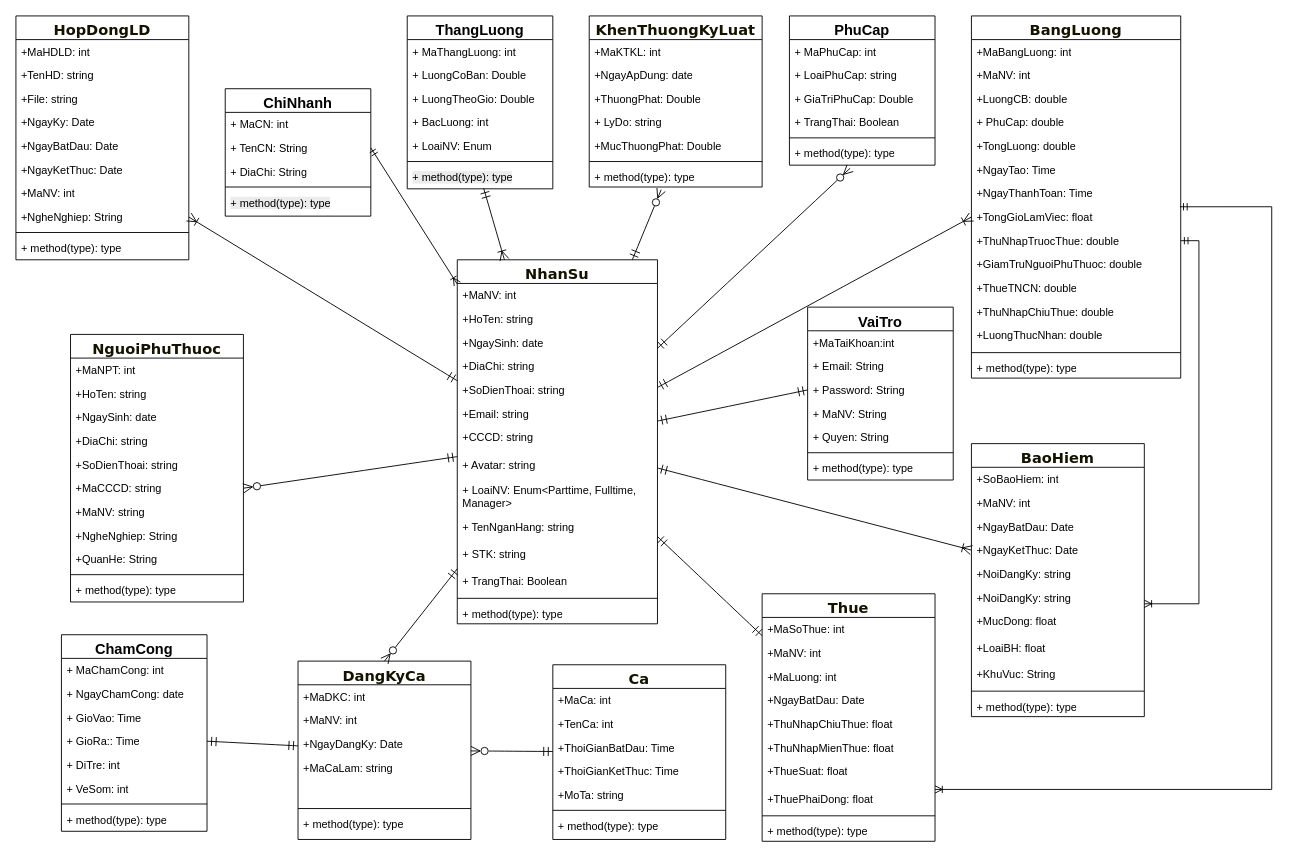
This is Biểu đồ không có tiêu đề.drawio from NguyenMint/LVTN, a draw.io file, before an edit. Source tidied: cells renumbered, new cells numbered last; positions are measured from the earlier drawing's top-left corner, leaving out a move shared by most shapes. Both pictures are drawn from the tidied source at 91%, with x=0, y=0 at pixel (15, 15).
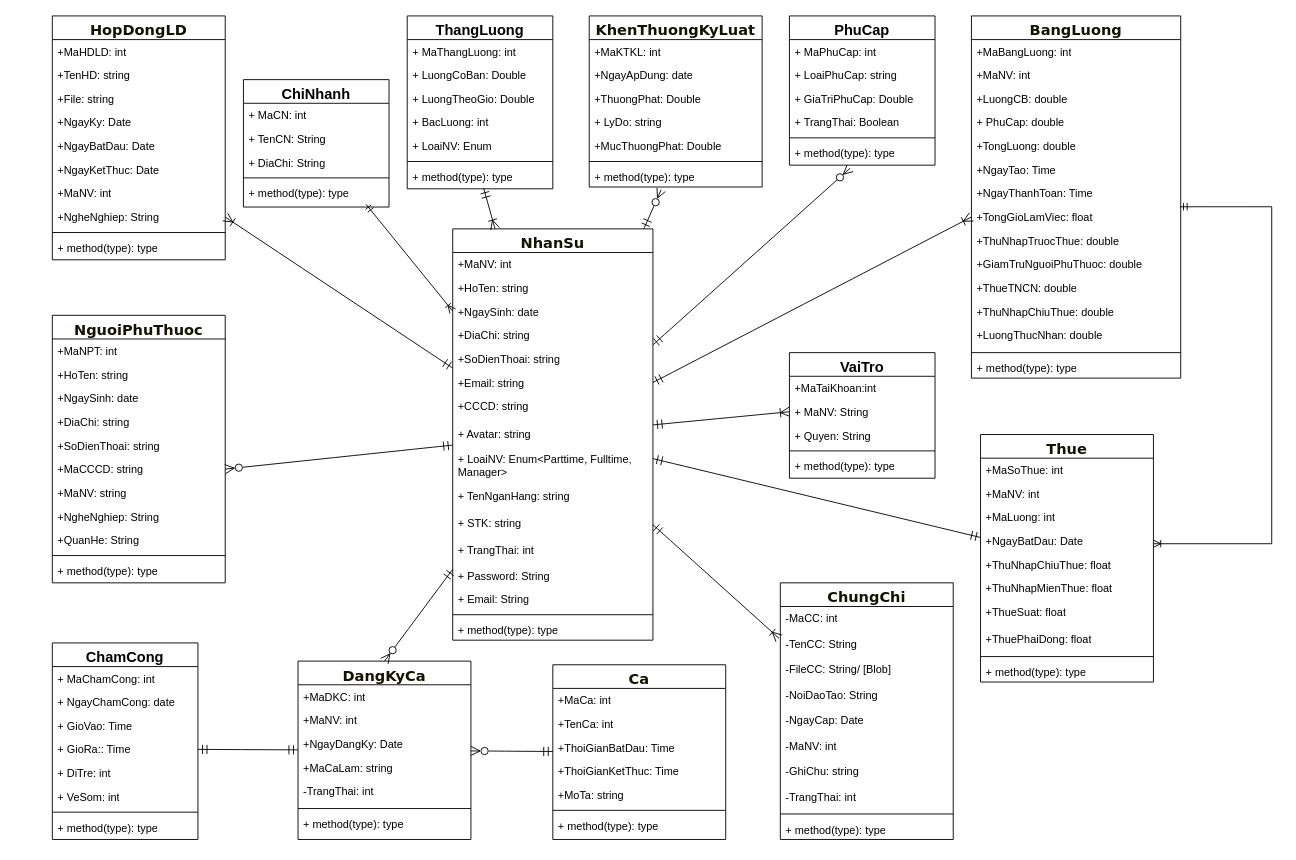
Above is the later version.

Commit message (it also covers changes not shown here):
Cập nhật Biểu đồ không có tiêu đề.drawio

Unchanged cells that the change refers to:
```xml
<mxCell id="59" value="&lt;font style=&quot;font-size: 16px;&quot;&gt;ThangLuong&lt;/font&gt;" style="swimlane;fontStyle=1;align=center;verticalAlign=top;horizontal=1;startSize=26;whiteSpace=wrap;html=1;" parent="1" vertex="1">
  <mxGeometry x="430" width="160" height="190" as="geometry" />
</mxCell>
<mxCell id="93" value="&lt;span style=&quot;color: rgb(19, 19, 0); font-family: &amp;quot;trebuchet ms&amp;quot;, verdana, arial, sans-serif; font-size: 16px; text-wrap-mode: nowrap;&quot;&gt;DangKyCa&lt;/span&gt;&lt;div&gt;&lt;span style=&quot;color: rgb(19, 19, 0); font-family: &amp;quot;trebuchet ms&amp;quot;, verdana, arial, sans-serif; font-size: 16px; text-wrap-mode: nowrap;&quot;&gt;&lt;br&gt;&lt;/span&gt;&lt;/div&gt;" style="swimlane;fontStyle=1;align=center;verticalAlign=top;horizontal=1;startSize=26;whiteSpace=wrap;html=1;" parent="1" vertex="1">
  <mxGeometry x="310" y="709" width="190" height="196" as="geometry" />
</mxCell>
<mxCell id="117" value="+TongGioLamViec: float" style="text;strokeColor=none;fillColor=none;align=left;verticalAlign=top;spacingLeft=4;spacingRight=4;overflow=hidden;points=[[0,0.5],[1,0.5]];portConstraint=eastwest;whiteSpace=wrap;html=1;" parent="109" vertex="1">
  <mxGeometry y="208" width="230" height="26" as="geometry" />
</mxCell>
<mxCell id="118" value="+ThuNhapTruocThue: double" style="text;strokeColor=none;fillColor=none;align=left;verticalAlign=top;spacingLeft=4;spacingRight=4;overflow=hidden;points=[[0,0.5],[1,0.5]];portConstraint=eastwest;whiteSpace=wrap;html=1;" parent="109" vertex="1">
  <mxGeometry y="234" width="230" height="26" as="geometry" />
</mxCell>
<mxCell id="150" value="+ TenCN: String&lt;div&gt;&lt;br&gt;&lt;/div&gt;" style="text;strokeColor=none;fillColor=none;align=left;verticalAlign=top;spacingLeft=4;spacingRight=4;overflow=hidden;points=[[0,0.5],[1,0.5]];portConstraint=eastwest;whiteSpace=wrap;html=1;" parent="148" vertex="1">
  <mxGeometry y="52" width="160" height="26" as="geometry" />
</mxCell>
```

What changed in the source:
```diff
@@
-    <mxCell id="4" style="edgeStyle=none;curved=1;rounded=0;jettySize=auto;html=1;entryX=0;entryY=0.5;entryDx=0;entryDy=0;fontSize=12;startSize=8;endSize=8;endArrow=ERmandOne;endFill=0;startArrow=ERmandOne;startFill=0;" parent="1" edge="1" source="6" target="137">
+    <mxCell id="4" style="edgeStyle=none;curved=1;rounded=0;jettySize=auto;html=1;entryX=0;entryY=0.5;entryDx=0;entryDy=0;fontSize=12;startSize=8;endSize=8;endArrow=ERoneToMany;endFill=0;startArrow=ERmandOne;startFill=0;" parent="1" edge="1" source="6" target="138">
       <mxGeometry relative="1" as="geometry" />
     </mxCell>
-    <mxCell id="5" style="edgeStyle=none;curved=1;rounded=0;jettySize=auto;html=1;entryX=0;entryY=0.5;entryDx=0;entryDy=0;fontSize=12;startSize=8;endSize=8;endArrow=ERoneToMany;endFill=0;startArrow=ERmandOne;startFill=0;" parent="1" edge="1" source="6" target="83">
+    <mxCell id="5" style="edgeStyle=none;curved=1;rounded=0;jettySize=auto;html=1;entryX=-0.007;entryY=0.251;entryDx=0;entryDy=0;fontSize=12;startSize=8;endSize=8;endArrow=ERoneToMany;endFill=0;startArrow=ERmandOne;startFill=0;entryPerimeter=0;" parent="1" edge="1" source="6" target="88">
       <mxGeometry relative="1" as="geometry" />
     </mxCell>
     <mxCell id="6" value="&lt;span style=&quot;color: rgb(19, 19, 0); font-family: &amp;quot;trebuchet ms&amp;quot;, verdana, arial, sans-serif; font-size: 16px; text-wrap-mode: nowrap;&quot;&gt;NhanSu&lt;/span&gt;" style="swimlane;fontStyle=1;align=center;verticalAlign=top;horizontal=1;startSize=26;whiteSpace=wrap;html=1;swimlaneLine=1;" parent="1" vertex="1">
-      <mxGeometry x="485" y="268" width="220" height="400" as="geometry" />
+      <mxGeometry x="480" y="234" width="220" height="452" as="geometry" />
     </mxCell>
@@
-    <mxCell id="18" value="+ TrangThai: Boolean" style="text;strokeColor=none;fillColor=none;align=left;verticalAlign=top;spacingLeft=4;spacingRight=4;overflow=hidden;whiteSpace=wrap;html=1;" parent="6" vertex="1">
+    <mxCell id="18" value="+ TrangThai: int" style="text;strokeColor=none;fillColor=none;align=left;verticalAlign=top;spacingLeft=4;spacingRight=4;overflow=hidden;whiteSpace=wrap;html=1;" parent="6" vertex="1">
       <mxGeometry y="340" width="220" height="28" as="geometry" />
     </mxCell>
+    <mxCell id="137" value="+ Password: String" style="text;strokeColor=none;fillColor=none;align=left;verticalAlign=top;spacingLeft=4;spacingRight=4;overflow=hidden;points=[[0,0.5],[1,0.5]];portConstraint=eastwest;whiteSpace=wrap;html=1;" parent="6" vertex="1">
+      <mxGeometry y="368" width="220" height="26" as="geometry" />
+    </mxCell>
+    <mxCell id="136" value="+ Email: String" style="text;strokeColor=none;fillColor=none;align=left;verticalAlign=top;spacingLeft=4;spacingRight=4;overflow=hidden;whiteSpace=wrap;html=1;" parent="6" vertex="1">
+      <mxGeometry y="394" width="220" height="26" as="geometry" />
+    </mxCell>
     <mxCell id="19" style="line;strokeWidth=1;fillColor=none;align=left;verticalAlign=middle;spacingTop=-1;spacingLeft=3;spacingRight=3;labelPosition=right;strokeColor=inherit;" parent="6" vertex="1">
-      <mxGeometry y="368" width="220" height="8" as="geometry" />
+      <mxGeometry y="420" width="220" height="8" as="geometry" />
     </mxCell>
     <mxCell id="20" value="+ method(type): type" style="text;strokeColor=none;fillColor=none;align=left;verticalAlign=top;spacingLeft=4;spacingRight=4;overflow=hidden;whiteSpace=wrap;html=1;" parent="6" vertex="1">
-      <mxGeometry y="376" width="220" height="24" as="geometry" />
+      <mxGeometry y="428" width="220" height="24" as="geometry" />
     </mxCell>
     <mxCell id="21" value="&lt;span style=&quot;color: rgb(19, 19, 0); font-family: &amp;quot;trebuchet ms&amp;quot;, verdana, arial, sans-serif; font-size: 16px; text-wrap-mode: nowrap;&quot;&gt;NguoiPhuThuoc&lt;/span&gt;" style="swimlane;fontStyle=1;align=center;verticalAlign=top;horizontal=1;startSize=26;whiteSpace=wrap;html=1;" parent="1" vertex="1">
-      <mxGeometry x="60" y="350" width="190" height="294" as="geometry" />
+      <mxGeometry x="40" y="329" width="190" height="294" as="geometry" />
     </mxCell>
@@
     <mxCell id="33" value="&lt;span style=&quot;color: rgb(19, 19, 0); font-family: &amp;quot;trebuchet ms&amp;quot;, verdana, arial, sans-serif; font-size: 16px; text-wrap-mode: nowrap;&quot;&gt;HopDongLD&lt;/span&gt;" style="swimlane;fontStyle=1;align=center;verticalAlign=top;horizontal=1;startSize=26;whiteSpace=wrap;html=1;" parent="1" vertex="1">
-      <mxGeometry width="190" height="268" as="geometry" />
+      <mxGeometry x="40" width="190" height="268" as="geometry" />
     </mxCell>
@@
-    <mxCell id="66" value="&lt;span style=&quot;color: rgb(0, 0, 0); font-family: Helvetica; font-size: 12px; font-style: normal; font-variant-ligatures: normal; font-variant-caps: normal; font-weight: 400; letter-spacing: normal; orphans: 2; text-align: left; text-indent: 0px; text-transform: none; widows: 2; word-spacing: 0px; -webkit-text-stroke-width: 0px; white-space: normal; background-color: rgb(236, 236, 236); text-decoration-thickness: initial; text-decoration-style: initial; text-decoration-color: initial; float: none; display: inline !important;&quot;&gt;+ method(type): type&lt;/span&gt;" style="text;strokeColor=none;fillColor=none;align=left;verticalAlign=top;spacingLeft=4;spacingRight=4;overflow=hidden;points=[[0,0.5],[1,0.5]];portConstraint=eastwest;whiteSpace=wrap;html=1;" parent="59" vertex="1">
+    <mxCell id="66" value="+ method(type): type" style="text;align=left;verticalAlign=top;spacingLeft=4;spacingRight=4;overflow=hidden;points=[[0,0.5],[1,0.5]];portConstraint=eastwest;whiteSpace=wrap;html=1;" parent="59" vertex="1">
       <mxGeometry y="164" width="160" height="26" as="geometry" />
     </mxCell>
     <mxCell id="67" value="&lt;span style=&quot;color: rgb(19, 19, 0); font-family: &amp;quot;trebuchet ms&amp;quot;, verdana, arial, sans-serif; font-size: 16px; text-wrap-mode: nowrap;&quot;&gt;Thue&lt;/span&gt;" style="swimlane;fontStyle=1;align=center;verticalAlign=top;horizontal=1;startSize=26;whiteSpace=wrap;html=1;" parent="1" vertex="1">
-      <mxGeometry x="820" y="635" width="190" height="272" as="geometry" />
+      <mxGeometry x="1060" y="460" width="190" height="272" as="geometry" />
     </mxCell>
@@
-    <mxCell id="78" style="edgeStyle=orthogonalEdgeStyle;rounded=0;jettySize=auto;html=1;entryX=1;entryY=0.5;entryDx=0;entryDy=0;endArrow=ERmandOne;endFill=0;startArrow=ERoneToMany;startFill=0;" parent="1" edge="1" source="79" target="118">
-      <mxGeometry relative="1" as="geometry">
-        <Array as="points">
-          <mxPoint x="1300" y="646" />
-          <mxPoint x="1300" y="247" />
-        </Array>
-      </mxGeometry>
-    </mxCell>
-    <mxCell id="79" value="&lt;span style=&quot;color: rgb(19, 19, 0); font-family: &amp;quot;trebuchet ms&amp;quot;, verdana, arial, sans-serif; font-size: 16px; text-wrap-mode: nowrap;&quot;&gt;BaoHiem&lt;/span&gt;" style="swimlane;fontStyle=1;align=center;verticalAlign=top;horizontal=1;startSize=26;whiteSpace=wrap;html=1;" parent="1" vertex="1">
-      <mxGeometry x="1050" y="470" width="190" height="300" as="geometry" />
+    <mxCell id="79" value="&lt;span style=&quot;color: rgb(19, 19, 0); font-family: &amp;quot;trebuchet ms&amp;quot;, verdana, arial, sans-serif; font-size: 16px; text-wrap-mode: nowrap;&quot;&gt;ChungChi&lt;/span&gt;&lt;div&gt;&lt;span style=&quot;color: rgb(19, 19, 0); font-family: &amp;quot;trebuchet ms&amp;quot;, verdana, arial, sans-serif; font-size: 16px; text-wrap-mode: nowrap;&quot;&gt;&lt;br&gt;&lt;/span&gt;&lt;/div&gt;" style="swimlane;fontStyle=1;align=center;verticalAlign=top;horizontal=1;startSize=26;whiteSpace=wrap;html=1;" parent="1" vertex="1">
+      <mxGeometry x="840" y="623" width="190" height="282" as="geometry" />
     </mxCell>
-    <mxCell id="80" value="+SoBaoHiem: int" style="text;strokeColor=none;fillColor=none;align=left;verticalAlign=top;spacingLeft=4;spacingRight=4;overflow=hidden;whiteSpace=wrap;html=1;" parent="79" vertex="1">
-      <mxGeometry y="26" width="190" height="26" as="geometry" />
-    </mxCell>
-    <mxCell id="81" value="+MaNV: int" style="text;strokeColor=none;fillColor=none;align=left;verticalAlign=top;spacingLeft=4;spacingRight=4;overflow=hidden;whiteSpace=wrap;html=1;" parent="79" vertex="1">
-      <mxGeometry y="52" width="190" height="26" as="geometry" />
-    </mxCell>
-    <mxCell id="82" value="+NgayBatDau: Date" style="text;strokeColor=none;fillColor=none;align=left;verticalAlign=top;spacingLeft=4;spacingRight=4;overflow=hidden;whiteSpace=wrap;html=1;" parent="79" vertex="1">
-      <mxGeometry y="78" width="190" height="26" as="geometry" />
-    </mxCell>
-    <mxCell id="83" value="+NgayKetThuc: Date" style="text;strokeColor=none;fillColor=none;align=left;verticalAlign=top;spacingLeft=4;spacingRight=4;overflow=hidden;points=[[0,0.5],[1,0.5]];portConstraint=eastwest;whiteSpace=wrap;html=1;" parent="79" vertex="1">
-      <mxGeometry y="104" width="190" height="26" as="geometry" />
-    </mxCell>
-    <mxCell id="84" value="+NoiDangKy: string" style="text;strokeColor=none;fillColor=none;align=left;verticalAlign=top;spacingLeft=4;spacingRight=4;overflow=hidden;whiteSpace=wrap;html=1;" parent="79" vertex="1">
-      <mxGeometry y="130" width="190" height="26" as="geometry" />
-    </mxCell>
-    <mxCell id="85" value="+NoiDangKy: string" style="text;strokeColor=none;fillColor=none;align=left;verticalAlign=top;spacingLeft=4;spacingRight=4;overflow=hidden;whiteSpace=wrap;html=1;" parent="79" vertex="1">
-      <mxGeometry y="156" width="190" height="26" as="geometry" />
-    </mxCell>
-    <mxCell id="86" value="+MucDong: float" style="text;strokeColor=none;fillColor=none;align=left;verticalAlign=top;spacingLeft=4;spacingRight=4;overflow=hidden;whiteSpace=wrap;html=1;" parent="79" vertex="1">
-      <mxGeometry y="182" width="190" height="30" as="geometry" />
-    </mxCell>
-    <mxCell id="87" value="+LoaiBH: float" style="text;strokeColor=none;fillColor=none;align=left;verticalAlign=top;spacingLeft=4;spacingRight=4;overflow=hidden;whiteSpace=wrap;html=1;" parent="79" vertex="1">
-      <mxGeometry y="212" width="190" height="28" as="geometry" />
+    <mxCell id="87" value="-MaCC: int" style="text;strokeColor=none;fillColor=none;align=left;verticalAlign=top;spacingLeft=4;spacingRight=4;overflow=hidden;whiteSpace=wrap;html=1;" parent="79" vertex="1">
+      <mxGeometry y="26" width="190" height="28" as="geometry" />
     </mxCell>
-    <mxCell id="88" value="+KhuVuc: String" style="text;strokeColor=none;fillColor=none;align=left;verticalAlign=top;spacingLeft=4;spacingRight=4;overflow=hidden;points=[[0,0.5],[1,0.5]];portConstraint=eastwest;whiteSpace=wrap;html=1;" parent="79" vertex="1">
-      <mxGeometry y="240" width="190" height="28" as="geometry" />
+    <mxCell id="88" value="-TenCC: String" style="text;strokeColor=none;fillColor=none;align=left;verticalAlign=top;spacingLeft=4;spacingRight=4;overflow=hidden;points=[[0,0.5],[1,0.5]];portConstraint=eastwest;whiteSpace=wrap;html=1;" parent="79" vertex="1">
+      <mxGeometry y="54" width="190" height="28" as="geometry" />
     </mxCell>
+    <mxCell id="156" value="-FileCC: String/ [Blob]" style="text;strokeColor=none;fillColor=none;align=left;verticalAlign=top;spacingLeft=4;spacingRight=4;overflow=hidden;whiteSpace=wrap;html=1;" parent="79" vertex="1">
+      <mxGeometry y="82" width="190" height="28" as="geometry" />
+    </mxCell>
+    <mxCell id="157" value="-NoiDaoTao: String&lt;div&gt;&lt;br&gt;&lt;/div&gt;" style="text;strokeColor=none;fillColor=none;align=left;verticalAlign=top;spacingLeft=4;spacingRight=4;overflow=hidden;whiteSpace=wrap;html=1;" parent="79" vertex="1">
+      <mxGeometry y="110" width="190" height="28" as="geometry" />
+    </mxCell>
+    <mxCell id="158" value="-NgayCap: Date" style="text;strokeColor=none;fillColor=none;align=left;verticalAlign=top;spacingLeft=4;spacingRight=4;overflow=hidden;whiteSpace=wrap;html=1;" parent="79" vertex="1">
+      <mxGeometry y="138" width="190" height="28" as="geometry" />
+    </mxCell>
+    <mxCell id="159" value="-MaNV: int" style="text;strokeColor=none;fillColor=none;align=left;verticalAlign=top;spacingLeft=4;spacingRight=4;overflow=hidden;whiteSpace=wrap;html=1;" parent="79" vertex="1">
+      <mxGeometry y="166" width="190" height="28" as="geometry" />
+    </mxCell>
+    <mxCell id="160" value="-GhiChu: string" style="text;strokeColor=none;fillColor=none;align=left;verticalAlign=top;spacingLeft=4;spacingRight=4;overflow=hidden;whiteSpace=wrap;html=1;" parent="79" vertex="1">
+      <mxGeometry y="194" width="190" height="28" as="geometry" />
+    </mxCell>
+    <mxCell id="161" value="-TrangThai: int" style="text;strokeColor=none;fillColor=none;align=left;verticalAlign=top;spacingLeft=4;spacingRight=4;overflow=hidden;whiteSpace=wrap;html=1;" parent="79" vertex="1">
+      <mxGeometry y="222" width="190" height="28" as="geometry" />
+    </mxCell>
     <mxCell id="89" style="line;strokeWidth=1;fillColor=none;align=left;verticalAlign=middle;spacingTop=-1;spacingLeft=3;spacingRight=3;labelPosition=right;strokeColor=inherit;" parent="79" vertex="1">
-      <mxGeometry y="268" width="190" height="8" as="geometry" />
+      <mxGeometry y="250" width="190" height="8" as="geometry" />
     </mxCell>
     <mxCell id="90" value="+ method(type): type" style="text;strokeColor=none;fillColor=none;align=left;verticalAlign=top;spacingLeft=4;spacingRight=4;overflow=hidden;whiteSpace=wrap;html=1;" parent="79" vertex="1">
-      <mxGeometry y="276" width="190" height="24" as="geometry" />
+      <mxGeometry y="258" width="190" height="24" as="geometry" />
     </mxCell>
@@
-    <mxCell id="98" style="text;strokeColor=none;fillColor=none;align=left;verticalAlign=top;spacingLeft=4;spacingRight=4;overflow=hidden;whiteSpace=wrap;html=1;" parent="93" vertex="1">
+    <mxCell id="98" value="-TrangThai: int" style="text;strokeColor=none;fillColor=none;align=left;verticalAlign=top;spacingLeft=4;spacingRight=4;overflow=hidden;whiteSpace=wrap;html=1;" parent="93" vertex="1">
       <mxGeometry y="130" width="190" height="28" as="geometry" />
     </mxCell>
@@
     <mxCell id="125" value="&lt;font style=&quot;font-size: 16px;&quot;&gt;ChamCong&lt;/font&gt;" style="swimlane;fontStyle=1;align=center;verticalAlign=top;horizontal=1;startSize=26;whiteSpace=wrap;html=1;" parent="1" vertex="1">
-      <mxGeometry x="50" y="680" width="160" height="216" as="geometry" />
+      <mxGeometry x="40" y="689" width="160" height="216" as="geometry" />
     </mxCell>
@@
     <mxCell id="134" value="&lt;font style=&quot;font-size: 16px;&quot;&gt;VaiTro&lt;/font&gt;" style="swimlane;fontStyle=1;align=center;verticalAlign=top;horizontal=1;startSize=26;whiteSpace=wrap;html=1;" parent="1" vertex="1">
-      <mxGeometry x="870" y="320" width="160" height="190" as="geometry" />
+      <mxGeometry x="850" y="370" width="160" height="138" as="geometry" />
     </mxCell>
@@
-    <mxCell id="136" value="+ Email: String" style="text;strokeColor=none;fillColor=none;align=left;verticalAlign=top;spacingLeft=4;spacingRight=4;overflow=hidden;whiteSpace=wrap;html=1;" parent="134" vertex="1">
-      <mxGeometry y="52" width="160" height="26" as="geometry" />
-    </mxCell>
-    <mxCell id="137" value="+ Password: String" style="text;strokeColor=none;fillColor=none;align=left;verticalAlign=top;spacingLeft=4;spacingRight=4;overflow=hidden;points=[[0,0.5],[1,0.5]];portConstraint=eastwest;whiteSpace=wrap;html=1;" parent="134" vertex="1">
-      <mxGeometry y="78" width="160" height="26" as="geometry" />
-    </mxCell>
     <mxCell id="138" value="+ MaNV: String" style="text;strokeColor=none;fillColor=none;align=left;verticalAlign=top;spacingLeft=4;spacingRight=4;overflow=hidden;points=[[0,0.5],[1,0.5]];portConstraint=eastwest;whiteSpace=wrap;html=1;" parent="134" vertex="1">
-      <mxGeometry y="104" width="160" height="26" as="geometry" />
+      <mxGeometry y="52" width="160" height="26" as="geometry" />
     </mxCell>
     <mxCell id="139" value="+ Quyen: String" style="text;strokeColor=none;fillColor=none;align=left;verticalAlign=top;spacingLeft=4;spacingRight=4;overflow=hidden;whiteSpace=wrap;html=1;" parent="134" vertex="1">
-      <mxGeometry y="130" width="160" height="26" as="geometry" />
+      <mxGeometry y="78" width="160" height="26" as="geometry" />
     </mxCell>
     <mxCell id="140" style="line;strokeWidth=1;fillColor=none;align=left;verticalAlign=middle;spacingTop=-1;spacingLeft=3;spacingRight=3;labelPosition=right;strokeColor=inherit;" parent="134" vertex="1">
-      <mxGeometry y="156" width="160" height="8" as="geometry" />
+      <mxGeometry y="104" width="160" height="8" as="geometry" />
     </mxCell>
     <mxCell id="141" value="+ method(type): type" style="text;strokeColor=none;fillColor=none;align=left;verticalAlign=top;spacingLeft=4;spacingRight=4;overflow=hidden;whiteSpace=wrap;html=1;" parent="134" vertex="1">
-      <mxGeometry y="164" width="160" height="26" as="geometry" />
+      <mxGeometry y="112" width="160" height="26" as="geometry" />
     </mxCell>
@@
     <mxCell id="148" value="&lt;font style=&quot;font-size: 16px;&quot;&gt;ChiNhanh&lt;/font&gt;" style="swimlane;fontStyle=1;align=center;verticalAlign=top;horizontal=1;startSize=26;whiteSpace=wrap;html=1;" parent="1" vertex="1">
-      <mxGeometry x="230" y="80" width="160" height="140" as="geometry" />
+      <mxGeometry x="250" y="70" width="160" height="140" as="geometry" />
     </mxCell>
@@
-    <mxCell id="153" value="&lt;span style=&quot;color: rgb(0, 0, 0); font-family: Helvetica; font-size: 12px; font-style: normal; font-variant-ligatures: normal; font-variant-caps: normal; font-weight: 400; letter-spacing: normal; orphans: 2; text-align: left; text-indent: 0px; text-transform: none; widows: 2; word-spacing: 0px; -webkit-text-stroke-width: 0px; white-space: normal; background-color: rgb(236, 236, 236); text-decoration-thickness: initial; text-decoration-style: initial; text-decoration-color: initial; float: none; display: inline !important;&quot;&gt;+ method(type): type&lt;/span&gt;" style="text;strokeColor=none;fillColor=none;align=left;verticalAlign=top;spacingLeft=4;spacingRight=4;overflow=hidden;points=[[0,0.5],[1,0.5]];portConstraint=eastwest;whiteSpace=wrap;html=1;" parent="148" vertex="1">
+    <mxCell id="153" value="+ method(type): type" style="text;strokeColor=none;fillColor=none;align=left;verticalAlign=top;spacingLeft=4;spacingRight=4;overflow=hidden;points=[[0,0.5],[1,0.5]];portConstraint=eastwest;whiteSpace=wrap;html=1;" parent="148" vertex="1">
       <mxGeometry y="112" width="160" height="28" as="geometry" />
     </mxCell>
-    <mxCell id="154" style="rounded=0;jettySize=auto;html=1;entryX=1;entryY=0.5;entryDx=0;entryDy=0;endArrow=ERmandOne;endFill=0;startArrow=ERoneToMany;startFill=0;" parent="1" edge="1" source="6" target="150">
+    <mxCell id="154" style="rounded=0;jettySize=auto;html=1;entryX=0.842;entryY=0.893;entryDx=0;entryDy=0;endArrow=ERmandOne;endFill=0;startArrow=ERoneToMany;startFill=0;entryPerimeter=0;" parent="1" edge="1" source="6" target="153">
       <mxGeometry relative="1" as="geometry" />
     </mxCell>
     <mxCell id="155" style="edgeStyle=orthogonalEdgeStyle;rounded=0;jettySize=auto;html=1;entryX=0.996;entryY=0.066;entryDx=0;entryDy=0;entryPerimeter=0;endArrow=ERmandOne;endFill=0;startArrow=ERoneToMany;startFill=0;" parent="1" edge="1" source="67" target="117">
       <mxGeometry relative="1" as="geometry">
         <Array as="points">
-          <mxPoint x="1380" y="850" />
+          <mxPoint x="1380" y="580" />
           <mxPoint x="1380" y="210" />
         </Array>
       </mxGeometry>
     </mxCell>
```
